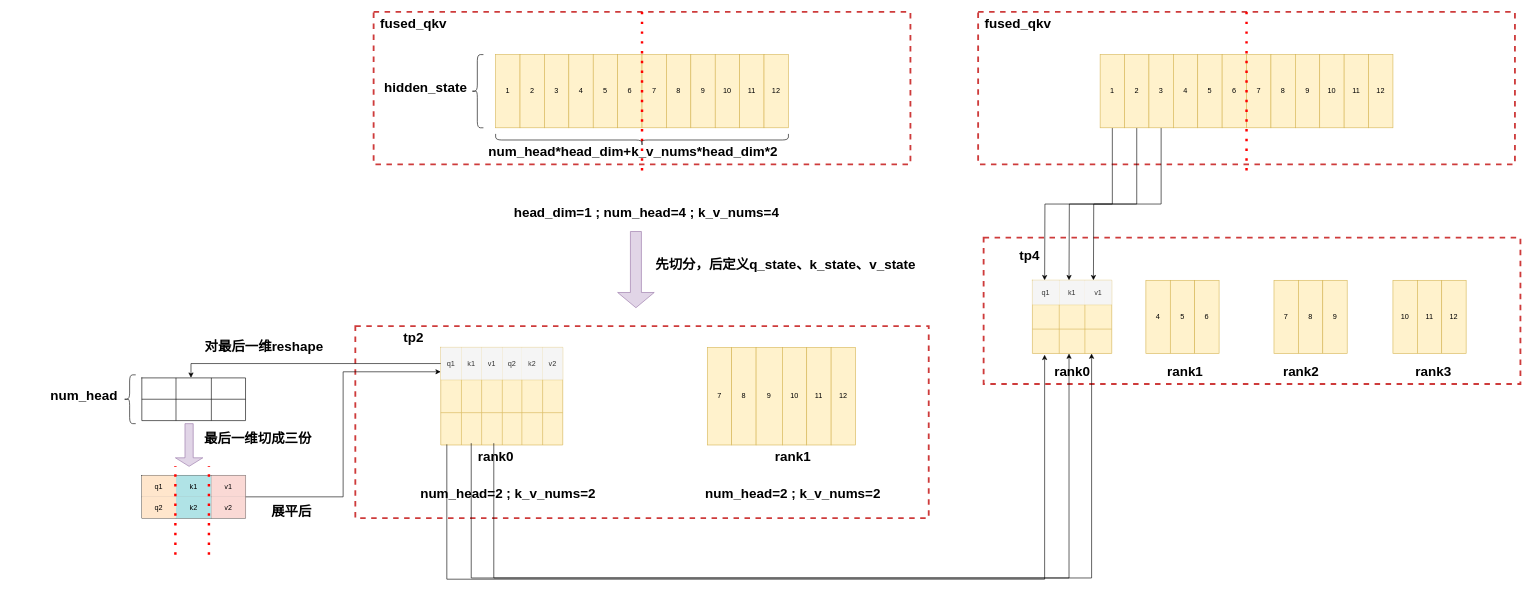
zty-king/zty-king keeps this draw.io diagram as tp2_qkv_fused->tp4_qkv_fused.drawio. Above is the earlier version. Source tidied: cells renumbered, new cells numbered last; positions are measured from the earlier drawing's top-left corner, leaving out a move shared by most shapes. Both pictures are drawn from the tidied source at 61%, with x=0, y=0 at pixel (44, -7).
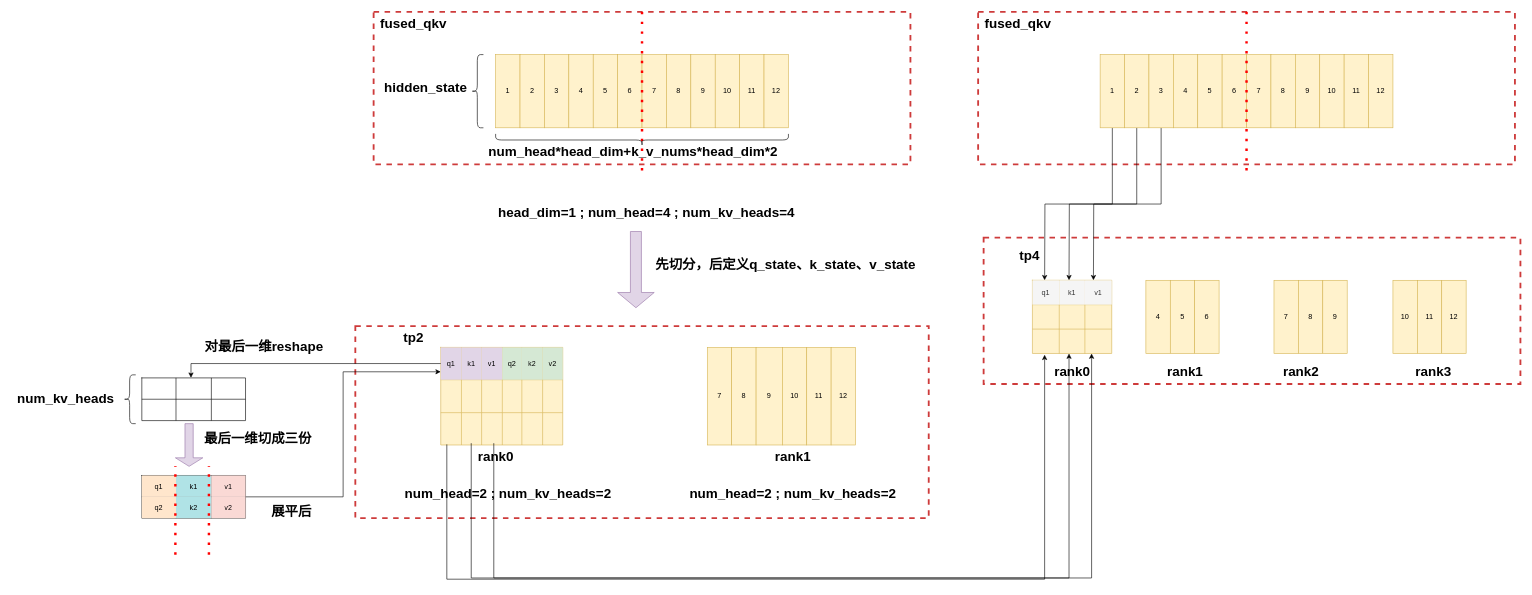
The same page after the edit.

The change refers to these unchanged cells:
```xml
<mxCell id="46" style="shape=tableRow;horizontal=0;startSize=0;swimlaneHead=0;swimlaneBody=0;strokeColor=inherit;top=0;left=0;bottom=0;right=0;fillColor=none;points=[[0,0.5],[1,0.5]];portConstraint=eastwest;" parent="45" vertex="1">
  <mxGeometry width="200" height="53" as="geometry" />
</mxCell>
```

Diff of the diagram source:
```diff
@@
-    <mxCell id="47" value="q1" style="shape=partialRectangle;html=1;whiteSpace=wrap;strokeColor=#666666;overflow=hidden;fillColor=#f5f5f5;top=0;left=0;bottom=0;right=0;fontColor=#333333;" parent="46" vertex="1">
+    <mxCell id="47" value="q1" style="shape=partialRectangle;html=1;whiteSpace=wrap;strokeColor=#9673a6;overflow=hidden;fillColor=#e1d5e7;top=0;left=0;bottom=0;right=0;" parent="46" vertex="1">
       <mxGeometry width="34" height="53" as="geometry" />
     </mxCell>
-    <mxCell id="48" value="k1" style="shape=partialRectangle;html=1;whiteSpace=wrap;overflow=hidden;top=0;left=0;bottom=0;right=0;fillColor=#f5f5f5;fontColor=#333333;strokeColor=#666666;" parent="46" vertex="1">
+    <mxCell id="48" value="k1" style="shape=partialRectangle;html=1;whiteSpace=wrap;overflow=hidden;top=0;left=0;bottom=0;right=0;fillColor=#e1d5e7;strokeColor=#9673a6;" parent="46" vertex="1">
       <mxGeometry x="34" width="33" height="53" as="geometry" />
     </mxCell>
-    <mxCell id="49" value="v1" style="shape=partialRectangle;html=1;whiteSpace=wrap;strokeColor=#666666;overflow=hidden;fillColor=#f5f5f5;top=0;left=0;bottom=0;right=0;fontColor=#333333;" parent="46" vertex="1">
+    <mxCell id="49" value="v1" style="shape=partialRectangle;html=1;whiteSpace=wrap;strokeColor=#9673a6;overflow=hidden;fillColor=#e1d5e7;top=0;left=0;bottom=0;right=0;" parent="46" vertex="1">
       <mxGeometry x="67" width="34" height="53" as="geometry" />
     </mxCell>
-    <mxCell id="50" value="q2" style="shape=partialRectangle;html=1;whiteSpace=wrap;strokeColor=#666666;overflow=hidden;fillColor=#f5f5f5;top=0;left=0;bottom=0;right=0;fontColor=#333333;" parent="46" vertex="1">
+    <mxCell id="50" value="q2" style="shape=partialRectangle;html=1;whiteSpace=wrap;strokeColor=#82b366;overflow=hidden;fillColor=#d5e8d4;top=0;left=0;bottom=0;right=0;" parent="46" vertex="1">
       <mxGeometry x="101" width="32" height="53" as="geometry" />
     </mxCell>
-    <mxCell id="51" value="k2" style="shape=partialRectangle;html=1;whiteSpace=wrap;strokeColor=#666666;overflow=hidden;fillColor=#f5f5f5;top=0;left=0;bottom=0;right=0;fontColor=#333333;" parent="46" vertex="1">
+    <mxCell id="51" value="k2" style="shape=partialRectangle;html=1;whiteSpace=wrap;strokeColor=#82b366;overflow=hidden;fillColor=#d5e8d4;top=0;left=0;bottom=0;right=0;" parent="46" vertex="1">
       <mxGeometry x="133" width="34" height="53" as="geometry" />
     </mxCell>
-    <mxCell id="52" value="v2" style="shape=partialRectangle;html=1;whiteSpace=wrap;strokeColor=#666666;overflow=hidden;fillColor=#f5f5f5;top=0;left=0;bottom=0;right=0;fontColor=#333333;" parent="46" vertex="1">
+    <mxCell id="52" value="v2" style="shape=partialRectangle;html=1;whiteSpace=wrap;strokeColor=#82b366;overflow=hidden;fillColor=#d5e8d4;top=0;left=0;bottom=0;right=0;" parent="46" vertex="1">
       <mxGeometry x="167" width="33" height="53" as="geometry" />
     </mxCell>
@@
-    <mxCell id="71" value="&lt;font style=&quot;font-size: 22px;&quot;&gt;&lt;b&gt;head_dim=1 ; num_head=4 ; k_v_nums=4&lt;/b&gt;&lt;/font&gt;" style="text;html=1;align=center;verticalAlign=middle;strokeColor=none;fillColor=none;" parent="1" vertex="1">
-      <mxGeometry x="757" y="340" width="460" height="40" as="geometry" />
+    <mxCell id="71" value="&lt;font style=&quot;font-size: 22px;&quot;&gt;&lt;b&gt;head_dim=1 ; num_head=4 ;&amp;nbsp;&lt;/b&gt;&lt;b&gt;num_kv_heads&lt;/b&gt;&lt;b&gt;=4&lt;/b&gt;&lt;/font&gt;" style="text;html=1;align=center;verticalAlign=middle;strokeColor=none;fillColor=none;" parent="1" vertex="1">
+      <mxGeometry x="732" y="340" width="510" height="40" as="geometry" />
     </mxCell>
@@
-    <mxCell id="81" value="&lt;font style=&quot;font-size: 22px;&quot;&gt;&lt;b&gt;num_head=2 ; k_v_nums=2&lt;/b&gt;&lt;/font&gt;" style="text;html=1;align=center;verticalAlign=middle;strokeColor=none;fillColor=none;" parent="1" vertex="1">
-      <mxGeometry x="605" y="800" width="310" height="40" as="geometry" />
+    <mxCell id="81" value="&lt;font style=&quot;font-size: 22px;&quot;&gt;&lt;b&gt;num_head=2 ;&amp;nbsp;&lt;/b&gt;&lt;b&gt;num_kv_heads&lt;/b&gt;&lt;b&gt;=2&lt;/b&gt;&lt;/font&gt;" style="text;html=1;align=center;verticalAlign=middle;strokeColor=none;fillColor=none;" parent="1" vertex="1">
+      <mxGeometry x="580" y="800" width="360" height="40" as="geometry" />
     </mxCell>
-    <mxCell id="82" value="&lt;font style=&quot;font-size: 22px;&quot;&gt;&lt;b&gt;num_head=2 ; k_v_nums=2&lt;/b&gt;&lt;/font&gt;" style="text;html=1;align=center;verticalAlign=middle;strokeColor=none;fillColor=none;" parent="1" vertex="1">
-      <mxGeometry x="1072" y="800" width="310" height="40" as="geometry" />
+    <mxCell id="82" value="&lt;font style=&quot;font-size: 22px;&quot;&gt;&lt;b&gt;num_head=2 ;&amp;nbsp;&lt;/b&gt;&lt;b&gt;num_kv_heads&lt;/b&gt;&lt;b&gt;=2&lt;/b&gt;&lt;/font&gt;" style="text;html=1;align=center;verticalAlign=middle;strokeColor=none;fillColor=none;" parent="1" vertex="1">
+      <mxGeometry x="1047" y="800" width="360" height="40" as="geometry" />
     </mxCell>
@@
-    <mxCell id="95" value="&lt;font style=&quot;font-size: 22px;&quot;&gt;&lt;b&gt;num_head&lt;/b&gt;&lt;/font&gt;" style="text;html=1;align=center;verticalAlign=middle;strokeColor=none;fillColor=none;" parent="1" vertex="1">
-      <mxGeometry y="640" width="130" height="40" as="geometry" />
-    </mxCell>
@@
+    <mxCell id="136" value="&lt;font style=&quot;font-size: 22px;&quot;&gt;&lt;b&gt;num_kv_heads&lt;/b&gt;&lt;/font&gt;" style="text;html=1;align=center;verticalAlign=middle;strokeColor=none;fillColor=none;" parent="1" vertex="1">
+      <mxGeometry x="-55" y="645" width="180" height="40" as="geometry" />
+    </mxCell>
```
